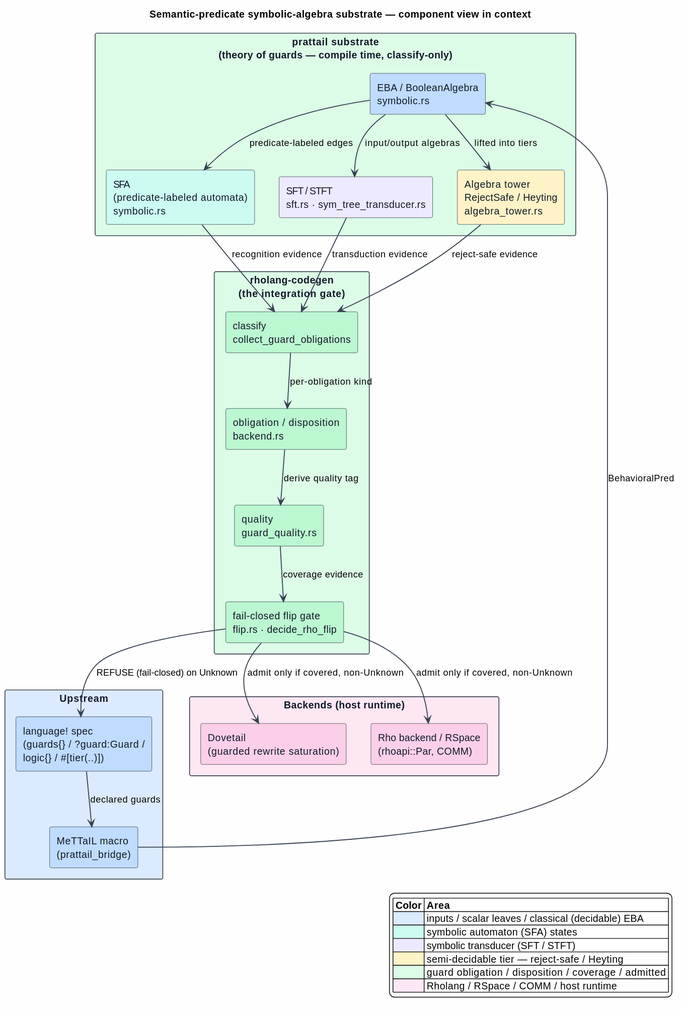
Earlier version of the PlantUML export docs/architecture/semantic-predicates/figures/README.svg (F1R3FLY-io/mettail-rust).
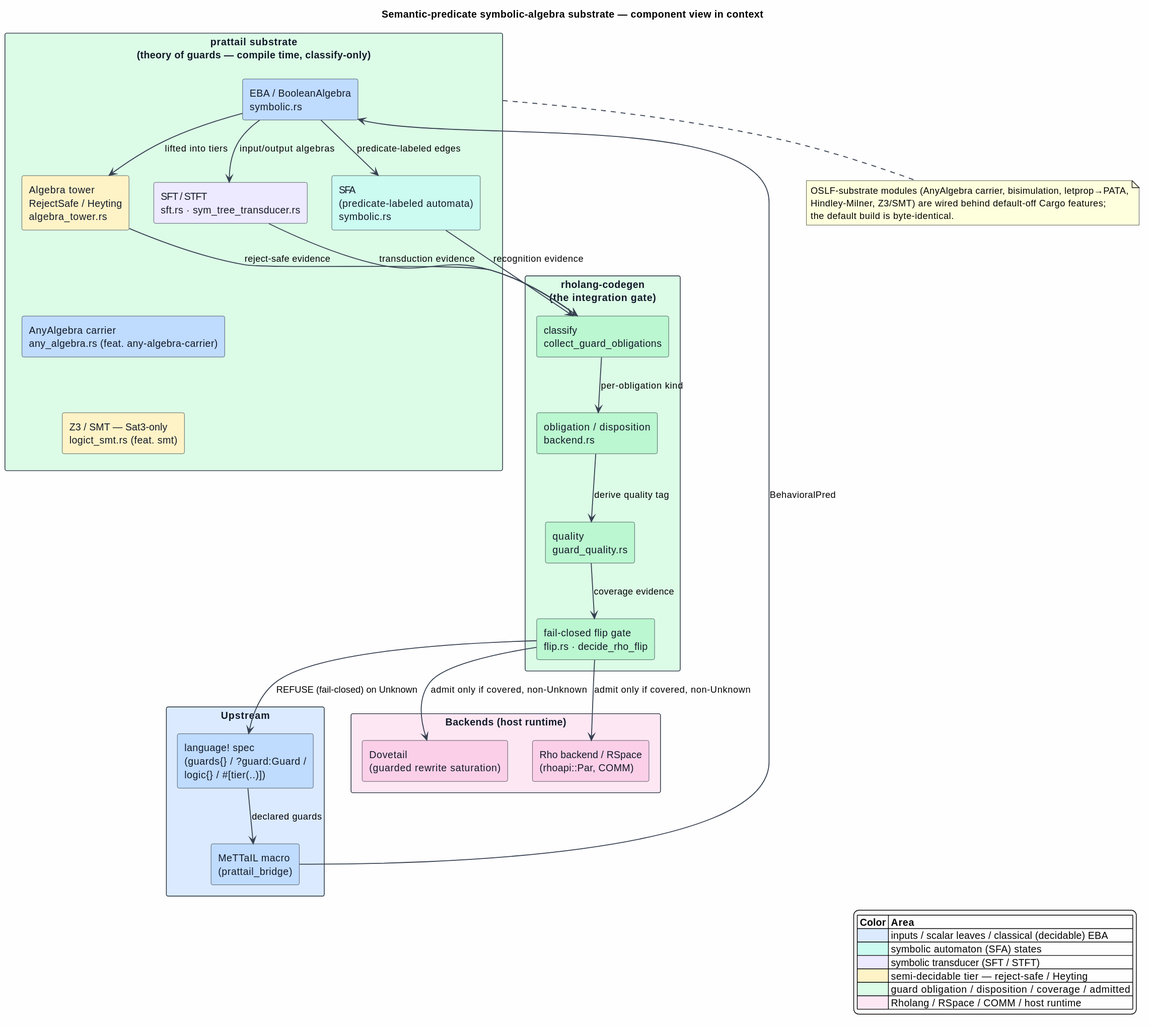
The same file after the commit.

The edit, as a diff of the source:
```diff
@@ -25,6 +25,8 @@
   component "SFA\n(predicate-labeled automata)\nsymbolic.rs" as SFA #CCFBF1
   component "SFT / STFT\nsft.rs · sym_tree_transducer.rs" as SFT #EDE9FE
   component "Algebra tower\nRejectSafe / Heyting\nalgebra_tower.rs" as Tower #FEF3C7
+  component "AnyAlgebra carrier\nany_algebra.rs (feat. any-algebra-carrier)" as Carrier #BFDBFE
+  component "Z3 / SMT — Sat3-only\nlogict_smt.rs (feat. smt)" as Z3 #FEF3C7
 }
 
 rectangle "rholang-codegen\n(the integration gate)" as Codegen #DCFCE7 {
@@ -54,6 +56,15 @@
 Gate --> Rho : admit only if covered, non-Unknown
 Gate --> Spec : REFUSE (fail-closed) on Unknown
 
+Tower -[hidden]down- Carrier
+Carrier -[hidden]down- Z3
+
+note bottom of Sub
+  OSLF-substrate modules (AnyAlgebra carrier, bisimulation, letprop→PATA,
+  Hindley-Milner, Z3/SMT) are wired behind default-off Cargo features;
+  the default build is byte-identical.
+end note
+
 legend right
 |= Color |= Area |
 |<#DBEAFE> | inputs / scalar leaves / classical (decidable) EBA |
```
